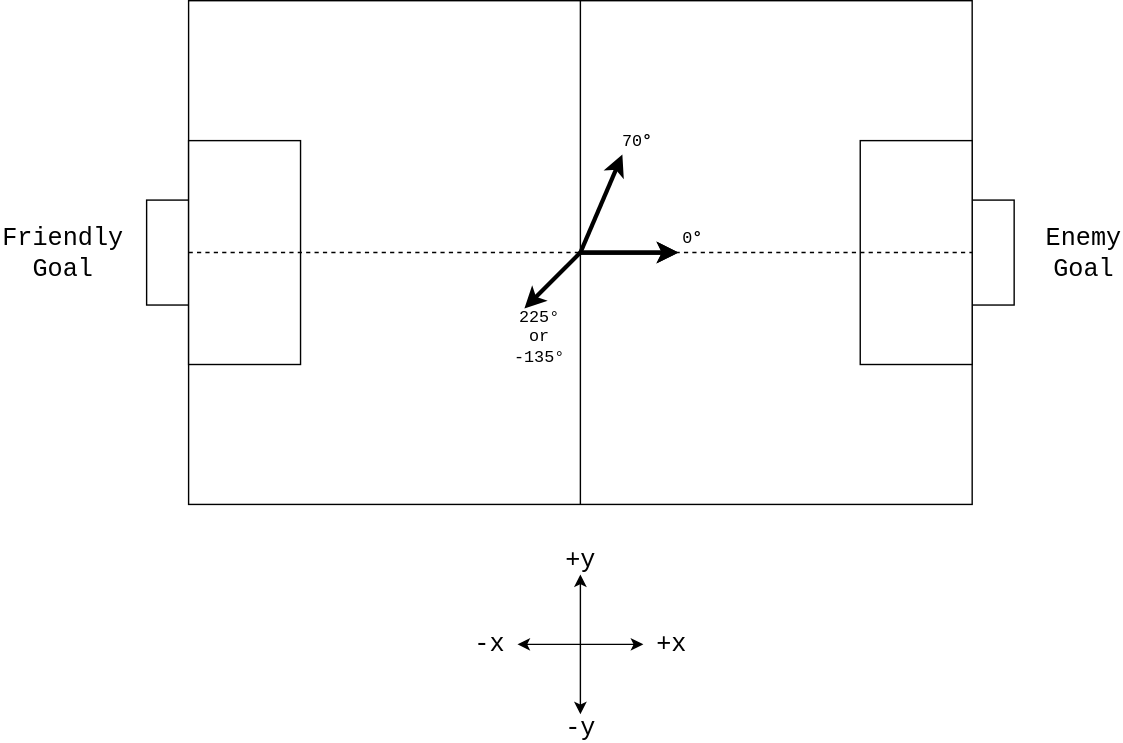
Before: docs/images/angle_convention_diagram.svg, a diagram exported from draw.io (UBC-Thunderbots/Software). Source tidied: cells renumbered, new cells last; positions are measured from the earlier drawing's top-left corner, leaving out a move shared by most shapes.
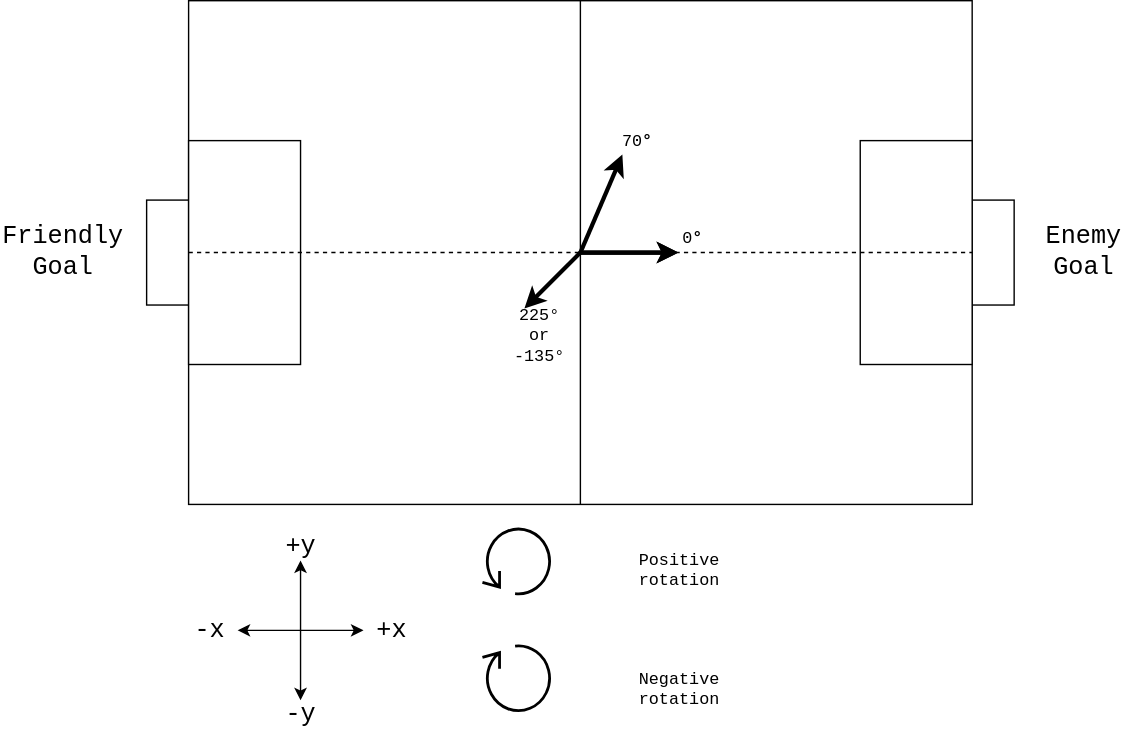
After the change.

The edit, as a diff of the source:
```diff
@@ -28,27 +28,27 @@
     </mxCell>
     <mxCell id="10" style="endArrow=classic;startArrow=classic;html=1;fontFamily=Courier New;fontSize=18;" parent="1" edge="1">
       <mxGeometry relative="1" as="geometry">
-        <mxPoint x="345" y="460" as="sourcePoint" />
-        <mxPoint x="435" y="460" as="targetPoint" />
+        <mxPoint x="145" y="450" as="sourcePoint" />
+        <mxPoint x="235" y="450" as="targetPoint" />
       </mxGeometry>
     </mxCell>
     <mxCell id="11" style="endArrow=classic;startArrow=classic;html=1;fontFamily=Courier New;fontSize=18;" parent="1" edge="1">
       <mxGeometry relative="1" as="geometry">
-        <mxPoint x="390" y="410" as="sourcePoint" />
-        <mxPoint x="390" y="510" as="targetPoint" />
+        <mxPoint x="190" y="400" as="sourcePoint" />
+        <mxPoint x="190" y="500" as="targetPoint" />
       </mxGeometry>
     </mxCell>
     <mxCell id="12" value="+x" style="text;html=1;strokeColor=none;fillColor=none;align=center;verticalAlign=middle;whiteSpace=wrap;rounded=0;fontFamily=Courier New;fontSize=18;" parent="1" vertex="1">
-      <mxGeometry x="440" y="450" width="30" height="20" as="geometry" />
+      <mxGeometry x="240" y="440" width="30" height="20" as="geometry" />
     </mxCell>
     <mxCell id="13" value="-x" style="text;html=1;strokeColor=none;fillColor=none;align=center;verticalAlign=middle;whiteSpace=wrap;rounded=0;fontFamily=Courier New;fontSize=18;" parent="1" vertex="1">
-      <mxGeometry x="310" y="450" width="30" height="20" as="geometry" />
+      <mxGeometry x="110" y="440" width="30" height="20" as="geometry" />
     </mxCell>
     <mxCell id="14" value="+y" style="text;html=1;strokeColor=none;fillColor=none;align=center;verticalAlign=middle;whiteSpace=wrap;rounded=0;fontFamily=Courier New;fontSize=18;" parent="1" vertex="1">
-      <mxGeometry x="375" y="390" width="30" height="20" as="geometry" />
+      <mxGeometry x="175" y="380" width="30" height="20" as="geometry" />
     </mxCell>
     <mxCell id="15" value="-y" style="text;html=1;strokeColor=none;fillColor=none;align=center;verticalAlign=middle;whiteSpace=wrap;rounded=0;fontFamily=Courier New;fontSize=18;" parent="1" vertex="1">
-      <mxGeometry x="375" y="510" width="30" height="20" as="geometry" />
+      <mxGeometry x="175" y="500" width="30" height="20" as="geometry" />
     </mxCell>
     <mxCell id="16" style="endArrow=none;dashed=1;html=1;entryX=1;entryY=0.5;entryDx=0;entryDy=0;exitX=0;exitY=0.5;exitDx=0;exitDy=0;jumpSize=15;strokeWidth=1;" parent="1" edge="1" source="6" target="7">
       <mxGeometry relative="1" as="geometry" />
@@ -86,5 +86,17 @@
     <mxCell id="23" value="70&lt;b&gt;°&lt;/b&gt;" style="text;html=1;strokeColor=none;fillColor=none;align=center;verticalAlign=middle;whiteSpace=wrap;rounded=0;fontFamily=Courier New;" parent="1" vertex="1">
       <mxGeometry x="410" y="90" width="40" height="20" as="geometry" />
     </mxCell>
+    <mxCell id="24" style="shape=mxgraph.bpmn.loop;html=1;fontFamily=Courier New;strokeWidth=2;" parent="1" vertex="1">
+      <mxGeometry x="320" y="375" width="50" height="50" as="geometry" />
+    </mxCell>
+    <mxCell id="25" style="shape=mxgraph.bpmn.loop;html=1;fontFamily=Courier New;fontStyle=0;flipV=1;strokeWidth=2;" parent="1" vertex="1">
+      <mxGeometry x="320" y="460" width="50" height="50" as="geometry" />
+    </mxCell>
+    <mxCell id="26" value="Positive rotation" style="text;html=1;strokeColor=none;fillColor=none;align=center;verticalAlign=middle;whiteSpace=wrap;rounded=0;fontFamily=Courier New;" parent="1" vertex="1">
+      <mxGeometry x="380" y="390" width="160" height="20" as="geometry" />
+    </mxCell>
+    <mxCell id="27" value="Negative rotation" style="text;html=1;strokeColor=none;fillColor=none;align=center;verticalAlign=middle;whiteSpace=wrap;rounded=0;fontFamily=Courier New;" parent="1" vertex="1">
+      <mxGeometry x="395" y="475" width="130" height="20" as="geometry" />
+    </mxCell>
   </root>
 </mxGraphModel>
```
